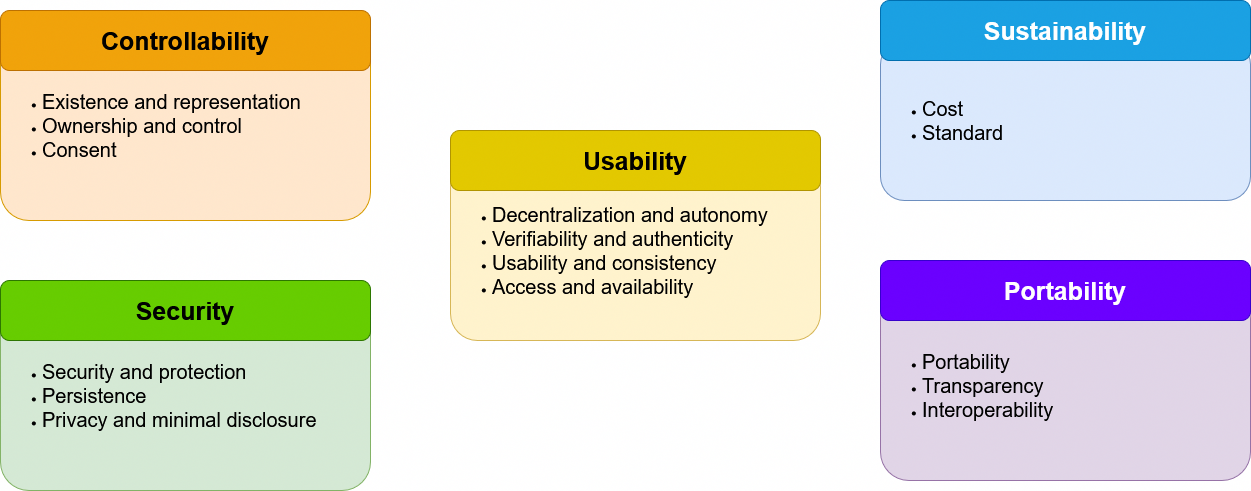
cristianlepore/Self-Sovereign-Identity keeps this draw.io diagram as definition/images/final_list_properties/Final_list_properties.png. Above is the earlier version. Source tidied: cells renumbered, new cells last; positions are measured from the earlier drawing's top-left corner, leaving out a move shared by most shapes.
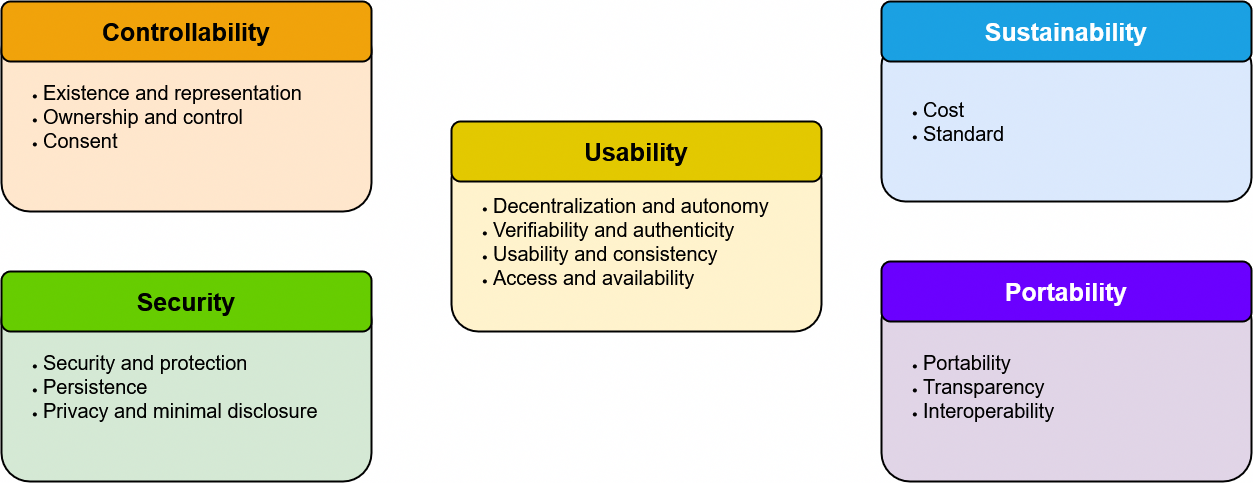
The same file after the commit.

What changed in the source:
```diff
@@ -2,35 +2,35 @@
   <root>
     <mxCell id="0" />
     <mxCell id="1" parent="0" />
-    <mxCell id="2" value="&lt;div align=&quot;left&quot;&gt;&lt;ul&gt;&lt;li&gt;&lt;font style=&quot;font-size: 20px;&quot;&gt;Existence and representation&lt;/font&gt;&lt;/li&gt;&lt;li&gt;&lt;font style=&quot;font-size: 20px;&quot;&gt;Ownership and control&lt;/font&gt;&lt;/li&gt;&lt;li&gt;&lt;font style=&quot;font-size: 20px;&quot;&gt;Consent&lt;/font&gt;&lt;/li&gt;&lt;/ul&gt;&lt;/div&gt;" style="rounded=1;whiteSpace=wrap;html=1;align=left;fillColor=#ffe6cc;strokeColor=#d79b00;" parent="1" vertex="1">
+    <mxCell id="2" value="&lt;div align=&quot;left&quot;&gt;&lt;ul&gt;&lt;li&gt;&lt;font style=&quot;font-size: 20px;&quot;&gt;Existence and representation&lt;/font&gt;&lt;/li&gt;&lt;li&gt;&lt;font style=&quot;font-size: 20px;&quot;&gt;Ownership and control&lt;/font&gt;&lt;/li&gt;&lt;li&gt;&lt;font style=&quot;font-size: 20px;&quot;&gt;Consent&lt;/font&gt;&lt;/li&gt;&lt;/ul&gt;&lt;/div&gt;" style="rounded=1;whiteSpace=wrap;html=1;align=left;fillColor=#ffe6cc;strokeColor=#000000;strokeWidth=2;" parent="1" vertex="1">
       <mxGeometry y="30" width="370" height="190" as="geometry" />
     </mxCell>
-    <mxCell id="3" value="&lt;div align=&quot;left&quot;&gt;&lt;ul&gt;&lt;li&gt;&lt;font style=&quot;font-size: 20px;&quot;&gt;Security and protection&lt;/font&gt;&lt;/li&gt;&lt;li&gt;&lt;font style=&quot;font-size: 20px;&quot;&gt;Persistence&lt;/font&gt;&lt;/li&gt;&lt;li&gt;&lt;font style=&quot;font-size: 20px;&quot;&gt;Privacy and minimal disclosure&lt;/font&gt;&lt;/li&gt;&lt;/ul&gt;&lt;/div&gt;" style="rounded=1;whiteSpace=wrap;html=1;align=left;fillColor=#d5e8d4;strokeColor=#82b366;" parent="1" vertex="1">
+    <mxCell id="3" value="&lt;div align=&quot;left&quot;&gt;&lt;ul&gt;&lt;li&gt;&lt;font style=&quot;font-size: 20px;&quot;&gt;Security and protection&lt;/font&gt;&lt;/li&gt;&lt;li&gt;&lt;font style=&quot;font-size: 20px;&quot;&gt;Persistence&lt;/font&gt;&lt;/li&gt;&lt;li&gt;&lt;font style=&quot;font-size: 20px;&quot;&gt;Privacy and minimal disclosure&lt;/font&gt;&lt;/li&gt;&lt;/ul&gt;&lt;/div&gt;" style="rounded=1;whiteSpace=wrap;html=1;align=left;fillColor=#d5e8d4;strokeColor=#000000;strokeWidth=2;" parent="1" vertex="1">
       <mxGeometry y="300" width="370" height="190" as="geometry" />
     </mxCell>
-    <mxCell id="4" value="&lt;div align=&quot;left&quot;&gt;&lt;ul&gt;&lt;li&gt;&lt;font style=&quot;font-size: 20px;&quot;&gt;Decentralization and autonomy&lt;/font&gt;&lt;/li&gt;&lt;li&gt;&lt;font style=&quot;font-size: 20px;&quot;&gt;Verifiability and authenticity&lt;/font&gt;&lt;/li&gt;&lt;li&gt;&lt;font style=&quot;font-size: 20px;&quot;&gt;Usability and consistency&lt;/font&gt;&lt;/li&gt;&lt;li&gt;&lt;font style=&quot;font-size: 20px;&quot;&gt;Access and availability&lt;/font&gt;&lt;/li&gt;&lt;/ul&gt;&lt;/div&gt;" style="rounded=1;whiteSpace=wrap;html=1;align=left;fillColor=#fff2cc;strokeColor=#d6b656;" parent="1" vertex="1">
+    <mxCell id="4" value="&lt;div align=&quot;left&quot;&gt;&lt;ul&gt;&lt;li&gt;&lt;font style=&quot;font-size: 20px;&quot;&gt;Decentralization and autonomy&lt;/font&gt;&lt;/li&gt;&lt;li&gt;&lt;font style=&quot;font-size: 20px;&quot;&gt;Verifiability and authenticity&lt;/font&gt;&lt;/li&gt;&lt;li&gt;&lt;font style=&quot;font-size: 20px;&quot;&gt;Usability and consistency&lt;/font&gt;&lt;/li&gt;&lt;li&gt;&lt;font style=&quot;font-size: 20px;&quot;&gt;Access and availability&lt;/font&gt;&lt;/li&gt;&lt;/ul&gt;&lt;/div&gt;" style="rounded=1;whiteSpace=wrap;html=1;align=left;fillColor=#fff2cc;strokeColor=#000000;strokeWidth=2;" parent="1" vertex="1">
       <mxGeometry x="450" y="160" width="370" height="180" as="geometry" />
     </mxCell>
-    <mxCell id="5" value="&lt;b&gt;&lt;font style=&quot;font-size: 25px;&quot;&gt;Controllability&lt;/font&gt;&lt;/b&gt;" style="rounded=1;whiteSpace=wrap;html=1;fillColor=#f0a30a;fontColor=#000000;strokeColor=#BD7000;" parent="1" vertex="1">
+    <mxCell id="5" value="&lt;b&gt;&lt;font style=&quot;font-size: 25px;&quot;&gt;Controllability&lt;/font&gt;&lt;/b&gt;" style="rounded=1;whiteSpace=wrap;html=1;fillColor=#f0a30a;fontColor=#000000;strokeColor=#000000;strokeWidth=2;" parent="1" vertex="1">
       <mxGeometry y="10" width="370" height="60" as="geometry" />
     </mxCell>
-    <mxCell id="6" value="&lt;div&gt;&lt;b&gt;&lt;font style=&quot;font-size: 25px;&quot;&gt;Usability&lt;/font&gt;&lt;/b&gt;&lt;br&gt;&lt;/div&gt;" style="rounded=1;whiteSpace=wrap;html=1;fillColor=#e3c800;fontColor=#000000;strokeColor=#B09500;" parent="1" vertex="1">
+    <mxCell id="6" value="&lt;div&gt;&lt;b&gt;&lt;font style=&quot;font-size: 25px;&quot;&gt;Usability&lt;/font&gt;&lt;/b&gt;&lt;br&gt;&lt;/div&gt;" style="rounded=1;whiteSpace=wrap;html=1;fillColor=#e3c800;fontColor=#000000;strokeColor=#000000;strokeWidth=2;" parent="1" vertex="1">
       <mxGeometry x="450" y="130" width="370" height="60" as="geometry" />
     </mxCell>
-    <mxCell id="7" value="&lt;span style=&quot;color: rgb(0, 0, 0);&quot;&gt;&lt;b&gt;&lt;font style=&quot;font-size: 25px;&quot;&gt;Security&lt;font&gt;&lt;br&gt;&lt;/font&gt;&lt;/font&gt;&lt;/b&gt;&lt;/span&gt;" style="rounded=1;whiteSpace=wrap;html=1;fillColor=#66CC00;strokeColor=#2D7600;fontColor=#ffffff;" parent="1" vertex="1">
+    <mxCell id="7" value="&lt;span style=&quot;color: rgb(0, 0, 0);&quot;&gt;&lt;b&gt;&lt;font style=&quot;font-size: 25px;&quot;&gt;Security&lt;font&gt;&lt;br&gt;&lt;/font&gt;&lt;/font&gt;&lt;/b&gt;&lt;/span&gt;" style="rounded=1;whiteSpace=wrap;html=1;fillColor=#66CC00;strokeColor=#000000;fontColor=#ffffff;strokeWidth=2;" parent="1" vertex="1">
       <mxGeometry y="280" width="370" height="60" as="geometry" />
     </mxCell>
-    <mxCell id="8" value="&lt;div align=&quot;left&quot;&gt;&lt;ul&gt;&lt;li&gt;&lt;font style=&quot;font-size: 20px;&quot;&gt;Cost&lt;/font&gt;&lt;/li&gt;&lt;li&gt;&lt;div&gt;&lt;font style=&quot;font-size: 20px;&quot;&gt;Standard&lt;/font&gt;&lt;/div&gt;&lt;/li&gt;&lt;/ul&gt;&lt;/div&gt;" style="rounded=1;whiteSpace=wrap;html=1;fillColor=#dae8fc;strokeColor=#6c8ebf;align=left;" parent="1" vertex="1">
-      <mxGeometry x="880" y="40" width="370" height="160" as="geometry" />
+    <mxCell id="8" value="&lt;div align=&quot;left&quot;&gt;&lt;ul&gt;&lt;li&gt;&lt;font style=&quot;font-size: 20px;&quot;&gt;Cost&lt;/font&gt;&lt;/li&gt;&lt;li&gt;&lt;div&gt;&lt;font style=&quot;font-size: 20px;&quot;&gt;Standard&lt;/font&gt;&lt;/div&gt;&lt;/li&gt;&lt;/ul&gt;&lt;/div&gt;" style="rounded=1;whiteSpace=wrap;html=1;fillColor=#dae8fc;strokeColor=#000000;align=left;strokeWidth=2;" parent="1" vertex="1">
+      <mxGeometry x="880" y="50" width="370" height="160" as="geometry" />
     </mxCell>
-    <mxCell id="9" value="&lt;div align=&quot;left&quot;&gt;&lt;ul&gt;&lt;li&gt;&lt;font style=&quot;font-size: 20px;&quot;&gt;Portability&lt;/font&gt;&lt;/li&gt;&lt;li&gt;&lt;font style=&quot;font-size: 20px;&quot;&gt;Transparency&lt;/font&gt;&lt;/li&gt;&lt;li&gt;&lt;font style=&quot;font-size: 20px;&quot;&gt;Interoperability&lt;/font&gt;&lt;/li&gt;&lt;/ul&gt;&lt;/div&gt;" style="rounded=1;whiteSpace=wrap;html=1;align=left;fillColor=#e1d5e7;strokeColor=#9673a6;" parent="1" vertex="1">
-      <mxGeometry x="880" y="290" width="370" height="190" as="geometry" />
+    <mxCell id="9" value="&lt;div align=&quot;left&quot;&gt;&lt;ul&gt;&lt;li&gt;&lt;font style=&quot;font-size: 20px;&quot;&gt;Portability&lt;/font&gt;&lt;/li&gt;&lt;li&gt;&lt;font style=&quot;font-size: 20px;&quot;&gt;Transparency&lt;/font&gt;&lt;/li&gt;&lt;li&gt;&lt;font style=&quot;font-size: 20px;&quot;&gt;Interoperability&lt;/font&gt;&lt;/li&gt;&lt;/ul&gt;&lt;/div&gt;" style="rounded=1;whiteSpace=wrap;html=1;align=left;fillColor=#e1d5e7;strokeColor=#000000;strokeWidth=2;" parent="1" vertex="1">
+      <mxGeometry x="880" y="300" width="370" height="190" as="geometry" />
     </mxCell>
-    <mxCell id="10" value="&lt;b&gt;&lt;font style=&quot;font-size: 25px;&quot;&gt;Portability&lt;/font&gt;&lt;/b&gt;" style="rounded=1;whiteSpace=wrap;html=1;fillColor=#6a00ff;fontColor=#ffffff;strokeColor=#3700CC;" parent="1" vertex="1">
-      <mxGeometry x="880" y="260" width="370" height="60" as="geometry" />
+    <mxCell id="10" value="&lt;b&gt;&lt;font style=&quot;font-size: 25px;&quot;&gt;Portability&lt;/font&gt;&lt;/b&gt;" style="rounded=1;whiteSpace=wrap;html=1;fillColor=#6a00ff;fontColor=#ffffff;strokeColor=#000000;strokeWidth=2;" parent="1" vertex="1">
+      <mxGeometry x="880" y="270" width="370" height="60" as="geometry" />
     </mxCell>
-    <mxCell id="11" value="&lt;font style=&quot;font-size: 25px;&quot;&gt;&lt;b&gt;Sustainability&lt;/b&gt;&lt;/font&gt;" style="rounded=1;whiteSpace=wrap;html=1;fillColor=#1ba1e2;fontColor=#ffffff;strokeColor=#006EAF;" parent="1" vertex="1">
-      <mxGeometry x="880" width="370" height="60" as="geometry" />
+    <mxCell id="11" value="&lt;font style=&quot;font-size: 25px;&quot;&gt;&lt;b&gt;Sustainability&lt;/b&gt;&lt;/font&gt;" style="rounded=1;whiteSpace=wrap;html=1;fillColor=#1ba1e2;fontColor=#ffffff;strokeColor=#000000;strokeWidth=2;" parent="1" vertex="1">
+      <mxGeometry x="880" y="10" width="370" height="60" as="geometry" />
     </mxCell>
   </root>
 </mxGraphModel>
```
